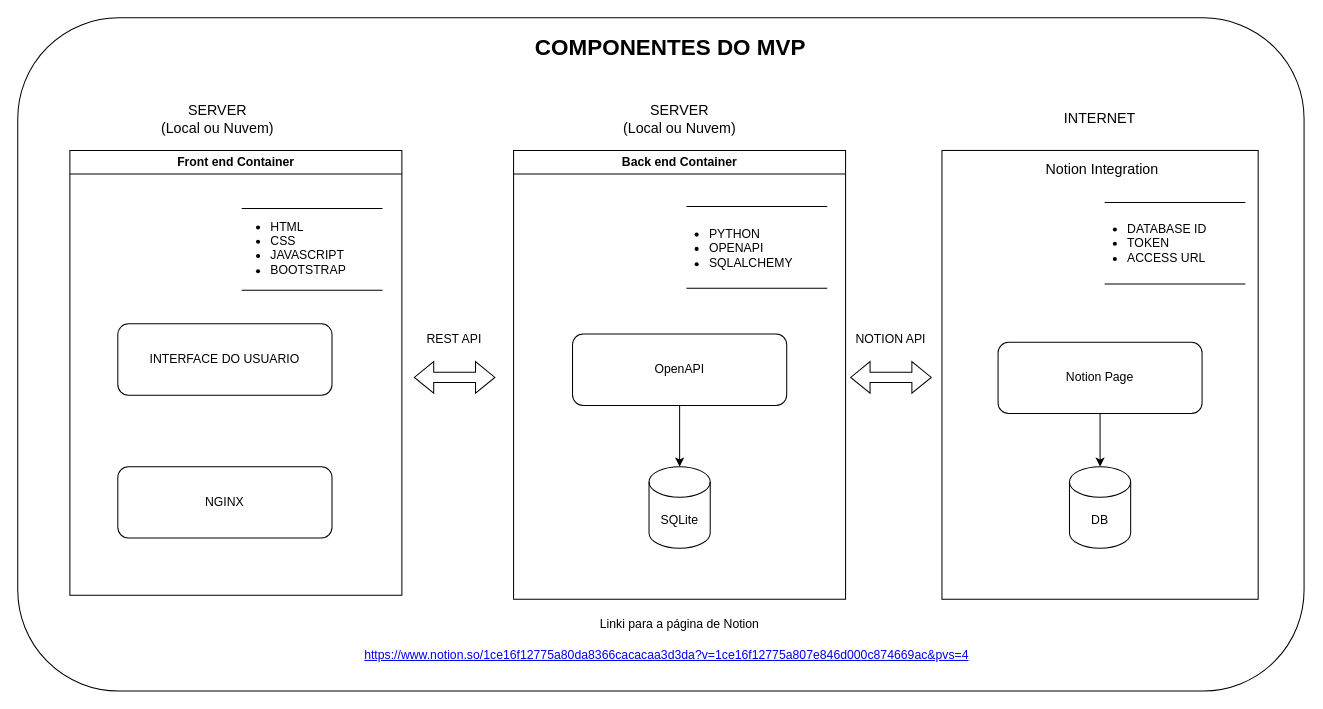
Above: src/assets/diagram/diagram.drawio in Jaquinei/mvp_3_puc_rio_frontend (draw.io), before the change. Source tidied: cells renumbered, new cells numbered last; positions are measured from the earlier drawing's top-left corner, leaving out a move shared by most shapes. Both pictures are drawn from the tidied source at 102%, with x=0, y=0 at pixel (17, 17).
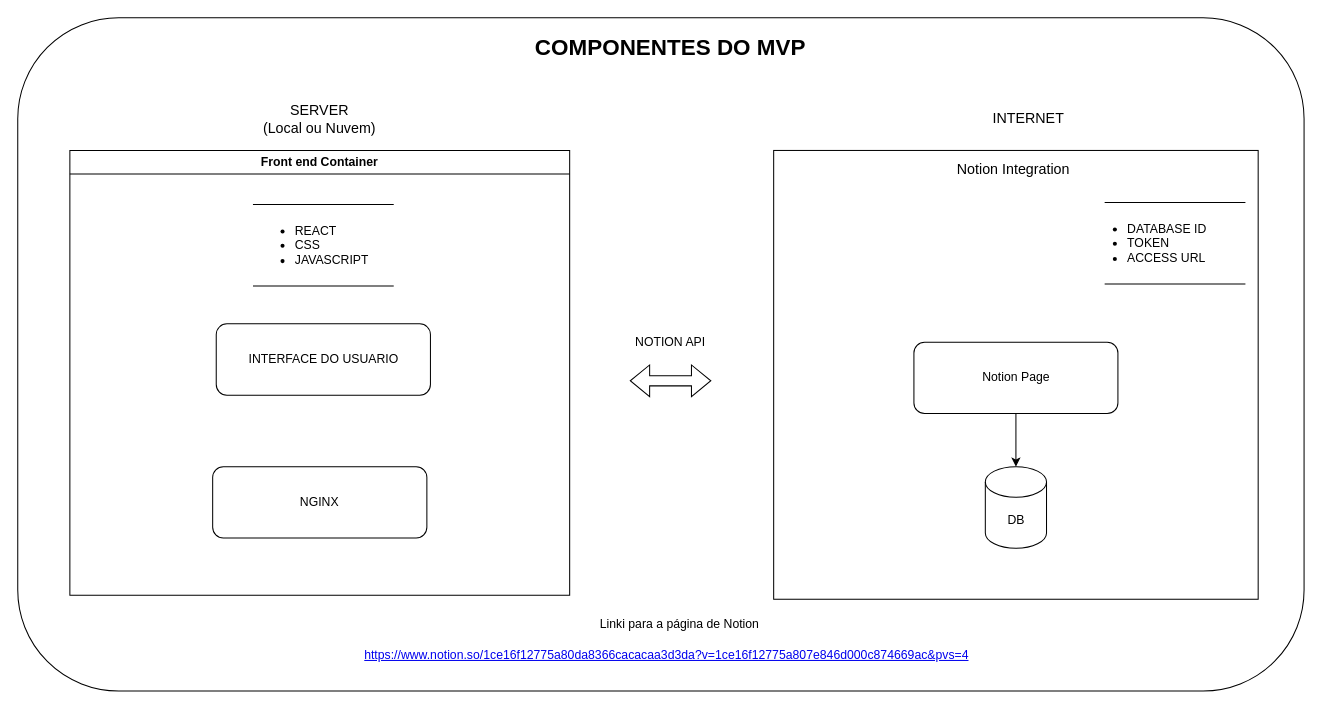
The same page after the edit.

Change to the diagram source:
```diff
@@
     <mxCell id="3" style="rounded=0;whiteSpace=wrap;html=1;" parent="1" vertex="1">
-      <mxGeometry x="906" y="130" width="310" height="440" as="geometry" />
+      <mxGeometry x="741" y="130" width="475" height="440" as="geometry" />
     </mxCell>
     <mxCell id="4" value="&lt;div style=&quot;text-align: center;&quot;&gt;&lt;span style=&quot;background-color: transparent; color: light-dark(rgb(0, 0, 0), rgb(237, 237, 237));&quot;&gt;&lt;font style=&quot;font-size: 14px;&quot;&gt;Notion Integration&lt;/font&gt;&lt;/span&gt;&lt;/div&gt;" style="text;html=1;strokeColor=none;fillColor=none;align=left;verticalAlign=middle;whiteSpace=wrap;overflow=hidden;fontSize=11;fontStyle=0;fontColor=#000000;" parent="1" vertex="1">
-      <mxGeometry x="1006" y="130" width="120" height="38" as="geometry" />
+      <mxGeometry x="918.5" y="130" width="120" height="38" as="geometry" />
     </mxCell>
@@
-    <mxCell id="6" value="Back end Container" style="swimlane;whiteSpace=wrap;html=1;" parent="1" vertex="1">
-      <mxGeometry x="486" y="130" width="325.5" height="440" as="geometry" />
-    </mxCell>
-    <mxCell id="7" style="edgeStyle=orthogonalEdgeStyle;rounded=0;jettySize=auto;html=1;" parent="6" edge="1" source="8" target="9">
-      <mxGeometry relative="1" as="geometry" />
-    </mxCell>
-    <mxCell id="8" value="OpenAPI" style="rounded=1;whiteSpace=wrap;html=1;" parent="6" vertex="1">
-      <mxGeometry x="57.8" y="180" width="210" height="70" as="geometry" />
-    </mxCell>
-    <mxCell id="9" value="SQLite" style="shape=cylinder3;whiteSpace=wrap;html=1;boundedLbl=1;backgroundOutline=1;size=15;" parent="6" vertex="1">
-      <mxGeometry x="132.8" y="310" width="60" height="80" as="geometry" />
-    </mxCell>
-    <mxCell id="10" value="&lt;ul&gt;&lt;li&gt;&lt;span style=&quot;text-align: center; background-color: transparent; color: light-dark(rgb(0, 0, 0), rgb(237, 237, 237));&quot;&gt;PYTHON&lt;/span&gt;&lt;/li&gt;&lt;li&gt;&lt;span style=&quot;text-align: center; background-color: transparent; color: light-dark(rgb(0, 0, 0), rgb(237, 237, 237));&quot;&gt;OPENAPI&lt;/span&gt;&lt;/li&gt;&lt;li&gt;&lt;span style=&quot;text-align: center; background-color: transparent; color: light-dark(rgb(0, 0, 0), rgb(237, 237, 237));&quot;&gt;SQLALCHEMY&lt;/span&gt;&lt;/li&gt;&lt;/ul&gt;" style="text;html=1;strokeColor=none;fillColor=none;align=left;verticalAlign=middle;whiteSpace=wrap;overflow=hidden;fontSize=12;fontStyle=0;fontColor=#000000;" parent="6" vertex="1">
-      <mxGeometry x="150" y="55" width="140" height="81" as="geometry" />
-    </mxCell>
-    <mxCell id="11" style="shape=partialRectangle;whiteSpace=wrap;html=1;left=0;right=0;fillColor=none;align=left;" parent="6" vertex="1">
-      <mxGeometry x="170" y="55" width="137" height="80" as="geometry" />
-    </mxCell>
@@
     <mxCell id="13" value="Notion Page" style="rounded=1;whiteSpace=wrap;html=1;" parent="1" vertex="1">
-      <mxGeometry x="961" y="318" width="200" height="70" as="geometry" />
+      <mxGeometry x="878.5" y="318" width="200" height="70" as="geometry" />
     </mxCell>
     <mxCell id="14" value="Front end Container" style="swimlane;whiteSpace=wrap;html=1;" parent="1" vertex="1">
-      <mxGeometry x="51" y="130" width="325.5" height="436" as="geometry" />
+      <mxGeometry x="51" y="130" width="490" height="436" as="geometry" />
     </mxCell>
     <mxCell id="15" value="INTERFACE DO USUARIO" style="rounded=1;whiteSpace=wrap;html=1;" parent="14" vertex="1">
-      <mxGeometry x="47" y="170" width="210" height="70" as="geometry" />
+      <mxGeometry x="143.5" y="170" width="210" height="70" as="geometry" />
     </mxCell>
     <mxCell id="16" value="NGINX" style="rounded=1;whiteSpace=wrap;html=1;" parent="14" vertex="1">
-      <mxGeometry x="47" y="310" width="210" height="70" as="geometry" />
+      <mxGeometry x="140" y="310" width="210" height="70" as="geometry" />
     </mxCell>
-    <mxCell id="17" value="&lt;ul&gt;&lt;li&gt;HTML&lt;/li&gt;&lt;li&gt;CSS&lt;/li&gt;&lt;li&gt;JAVASCRIPT&lt;/li&gt;&lt;li&gt;BOOTSTRAP&lt;/li&gt;&lt;/ul&gt;" style="text;html=1;strokeColor=none;fillColor=none;align=left;verticalAlign=middle;whiteSpace=wrap;overflow=hidden;" parent="14" vertex="1">
-      <mxGeometry x="155" y="53" width="133" height="80" as="geometry" />
+    <mxCell id="17" value="&lt;ul&gt;&lt;li&gt;REACT&amp;nbsp;&lt;/li&gt;&lt;li&gt;CSS&lt;/li&gt;&lt;li&gt;JAVASCRIPT&lt;/li&gt;&lt;/ul&gt;" style="text;html=1;strokeColor=none;fillColor=none;align=left;verticalAlign=middle;whiteSpace=wrap;overflow=hidden;" parent="14" vertex="1">
+      <mxGeometry x="178.5" y="53" width="133" height="80" as="geometry" />
     </mxCell>
     <mxCell id="18" style="shape=partialRectangle;whiteSpace=wrap;html=1;left=0;right=0;fillColor=none;" parent="14" vertex="1">
-      <mxGeometry x="169" y="57" width="137" height="80" as="geometry" />
+      <mxGeometry x="180" y="53" width="137" height="80" as="geometry" />
     </mxCell>
-    <mxCell id="19" value="REST API" style="text;html=1;strokeColor=none;fillColor=none;align=center;verticalAlign=middle;whiteSpace=wrap;overflow=hidden;" parent="1" vertex="1">
-      <mxGeometry x="388.2" y="300" width="80" height="30" as="geometry" />
-    </mxCell>
-    <mxCell id="20" style="shape=flexArrow;endArrow=classic;startArrow=classic;html=1;rounded=0;" parent="1" edge="1">
-      <mxGeometry relative="1" as="geometry">
-        <mxPoint x="388.2" y="352.5" as="sourcePoint" />
-        <mxPoint x="468.2" y="352.5" as="targetPoint" />
-      </mxGeometry>
-    </mxCell>
     <mxCell id="21" value="NOTION API" style="text;html=1;strokeColor=none;fillColor=none;align=center;verticalAlign=middle;whiteSpace=wrap;overflow=hidden;" parent="1" vertex="1">
-      <mxGeometry x="816" y="300" width="80" height="30" as="geometry" />
+      <mxGeometry x="599.9" y="303.2" width="80" height="30" as="geometry" />
     </mxCell>
     <mxCell id="22" style="shape=flexArrow;endArrow=classic;startArrow=classic;html=1;rounded=0;" parent="1" edge="1">
       <mxGeometry relative="1" as="geometry">
-        <mxPoint x="816" y="352.5" as="sourcePoint" />
-        <mxPoint x="896" y="352.5" as="targetPoint" />
+        <mxPoint x="599.9" y="355.8" as="sourcePoint" />
+        <mxPoint x="679.9" y="355.8" as="targetPoint" />
       </mxGeometry>
     </mxCell>
     <mxCell id="23" value="DB" style="shape=cylinder3;whiteSpace=wrap;html=1;boundedLbl=1;backgroundOutline=1;size=15;" parent="1" vertex="1">
-      <mxGeometry x="1031" y="440" width="60" height="80" as="geometry" />
+      <mxGeometry x="948.5" y="440" width="60" height="80" as="geometry" />
     </mxCell>
@@
     <mxCell id="28" value="&lt;div style=&quot;&quot;&gt;&lt;span style=&quot;font-size: 14px;&quot;&gt;INTERNET&lt;/span&gt;&lt;/div&gt;" style="text;html=1;strokeColor=none;fillColor=none;align=center;verticalAlign=middle;whiteSpace=wrap;overflow=hidden;fontSize=11;fontStyle=0;fontColor=#000000;" parent="1" vertex="1">
-      <mxGeometry x="1001" y="80" width="120" height="38" as="geometry" />
+      <mxGeometry x="931" y="80" width="120" height="38" as="geometry" />
     </mxCell>
     <mxCell id="29" value="&lt;div style=&quot;&quot;&gt;&lt;span style=&quot;background-color: transparent; color: light-dark(rgb(0, 0, 0), rgb(237, 237, 237));&quot;&gt;&lt;font style=&quot;font-size: 14px;&quot;&gt;SERVER&lt;br&gt;(Local ou Nuvem)&lt;/font&gt;&lt;/span&gt;&lt;/div&gt;" style="text;html=1;strokeColor=none;fillColor=none;align=center;verticalAlign=middle;whiteSpace=wrap;overflow=hidden;fontSize=11;fontStyle=0;fontColor=#000000;" parent="1" vertex="1">
-      <mxGeometry x="136" y="80" width="120" height="38" as="geometry" />
+      <mxGeometry x="236" y="80" width="120" height="38" as="geometry" />
     </mxCell>
-    <mxCell id="30" value="&lt;div style=&quot;&quot;&gt;&lt;span style=&quot;background-color: transparent; color: light-dark(rgb(0, 0, 0), rgb(237, 237, 237));&quot;&gt;&lt;font style=&quot;font-size: 14px;&quot;&gt;SERVER&lt;br&gt;(Local ou Nuvem)&lt;/font&gt;&lt;/span&gt;&lt;/div&gt;" style="text;html=1;strokeColor=none;fillColor=none;align=center;verticalAlign=middle;whiteSpace=wrap;overflow=hidden;fontSize=11;fontStyle=0;fontColor=#000000;" parent="1" vertex="1">
-      <mxGeometry x="588.8" y="80" width="120" height="38" as="geometry" />
-    </mxCell>
```
